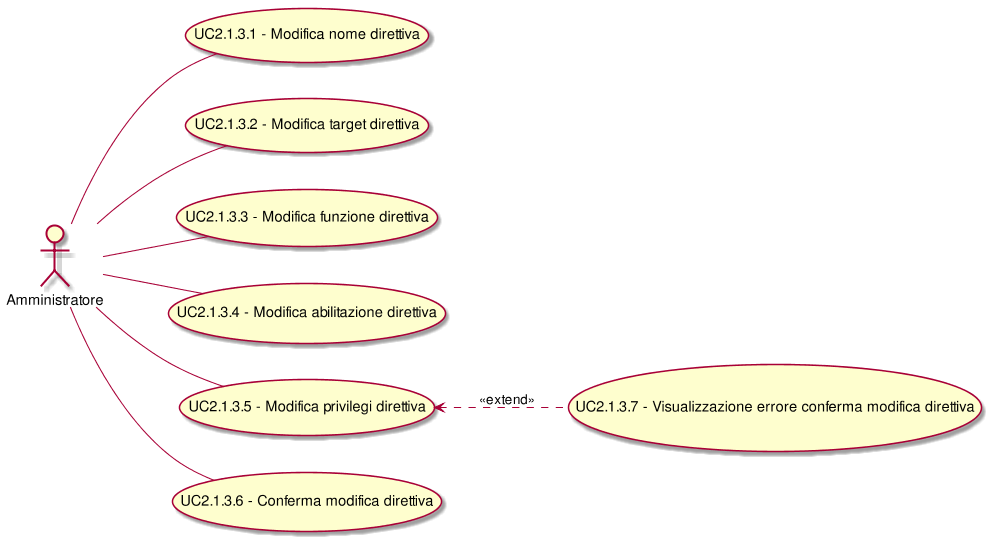
CoCodeSWE/Docs keeps this PlantUML diagram as RR/Esterni/AnalisiDeiRequisiti/images/UseCaseUC213.png. Above is the earlier version.
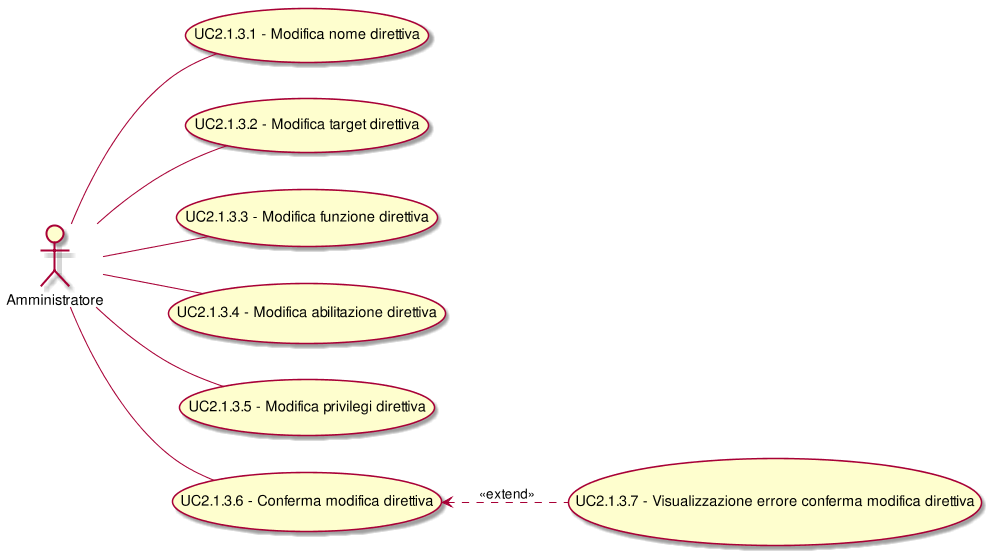
After the change.

Diff of the diagram source:
```diff
@@ -1,7 +1,7 @@
 @startuml
 scale 1000*1000
 left to right direction
-(UC2.1.3.5) <.. (UC2.1.3.7): <<extend>>
+(UC2.1.3.6) <.. (UC2.1.3.7): <<extend>>
 ( UC2.1.3.1 - Modifica nome direttiva ) as (UC2.1.3.1)
 :Amministratore:--(UC2.1.3.1)
 ( UC2.1.3.2 - Modifica target direttiva ) as (UC2.1.3.2)
```
